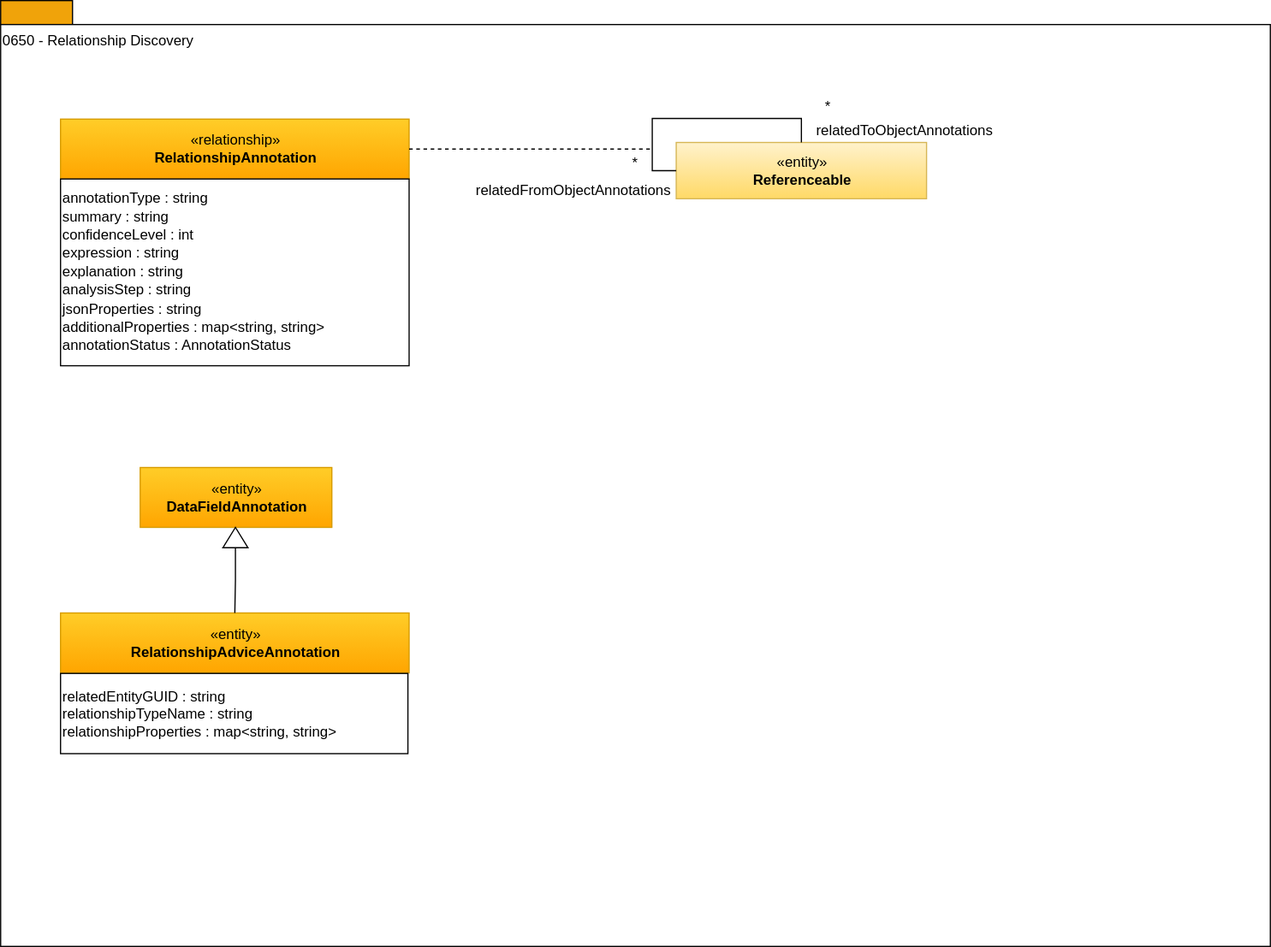
This is site/docs/types/6/0650-Relationship-Discovery.svg from odpi/egeria-docs, a draw.io export, as it was before one commit. Source tidied: cells renumbered, new cells last; positions are measured from the earlier drawing's top-left corner, leaving out a move shared by most shapes.
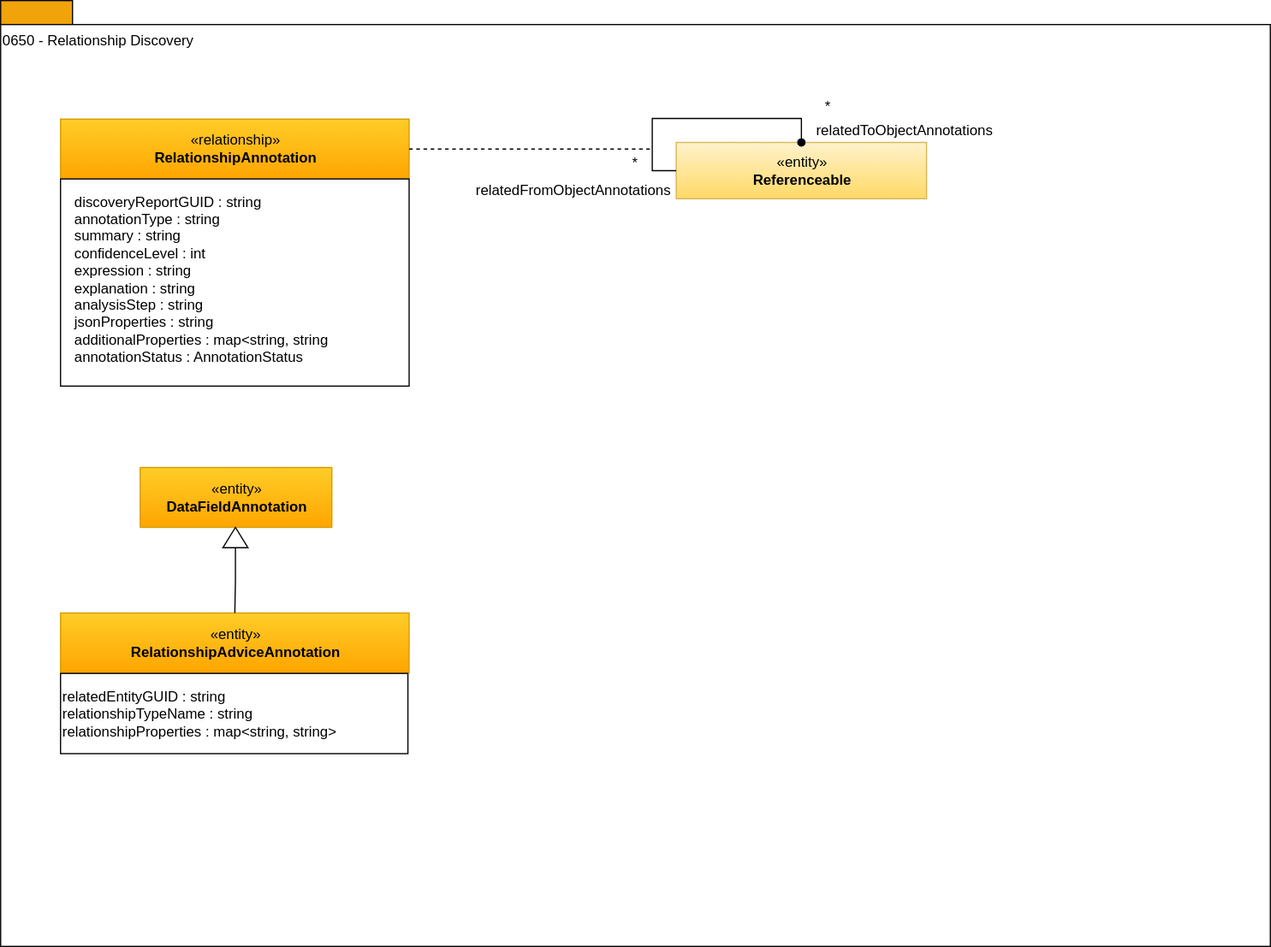
After the commit.

Diff of the diagram source:
```diff
@@ -11,13 +11,13 @@
     <mxCell id="4" value="«relationship»&lt;br&gt;&lt;b&gt;RelationshipAnnotation&lt;/b&gt;" style="html=1;strokeColor=#d79b00;align=center;fillColor=#ffcd28;gradientColor=#ffa500;" parent="1" vertex="1">
       <mxGeometry x="50" y="99" width="291" height="50" as="geometry" />
     </mxCell>
-    <mxCell id="5" value="&lt;pre&gt;&lt;font face=&quot;Helvetica&quot;&gt;annotationType : string&lt;br&gt;summary : string&lt;br&gt;confidenceLevel : int&lt;br&gt;expression : string&lt;br&gt;explanation : string&lt;br&gt;analysisStep : string&lt;br&gt;jsonProperties : string&lt;br&gt;additionalProperties : map&amp;lt;string, string&amp;gt;&lt;br&gt;annotationStatus : AnnotationStatus&lt;/font&gt;&lt;/pre&gt;" style="rounded=0;whiteSpace=wrap;html=1;strokeColor=#000000;gradientColor=#ffffff;align=left;" parent="1" vertex="1">
-      <mxGeometry x="50" y="149" width="291" height="156" as="geometry" />
+    <mxCell id="5" value="&lt;pre&gt;&lt;br&gt;&lt;/pre&gt;" style="rounded=0;whiteSpace=wrap;html=1;strokeColor=#000000;gradientColor=#ffffff;align=left;" parent="1" vertex="1">
+      <mxGeometry x="50" y="149" width="291" height="173" as="geometry" />
     </mxCell>
     <mxCell id="6" value="«entity»&lt;br&gt;&lt;b&gt;Referenceable&lt;/b&gt;" style="html=1;strokeColor=#d6b656;align=center;fillColor=#fff2cc;gradientColor=#ffd966;" parent="1" vertex="1">
       <mxGeometry x="564" y="118.5" width="209" height="47" as="geometry" />
     </mxCell>
-    <mxCell id="7" style="edgeStyle=orthogonalEdgeStyle;rounded=0;html=1;entryX=0;entryY=0.5;endArrow=none;endFill=0;jettySize=auto;orthogonalLoop=1;" parent="1" edge="1" source="6" target="6">
+    <mxCell id="7" style="edgeStyle=orthogonalEdgeStyle;rounded=0;html=1;entryX=0;entryY=0.5;endArrow=none;endFill=0;jettySize=auto;orthogonalLoop=1;startArrow=oval;startFill=1;" parent="1" edge="1" source="6" target="6">
       <mxGeometry relative="1" as="geometry">
         <Array as="points">
           <mxPoint x="669" y="98.5" />
@@ -56,5 +56,8 @@
     <mxCell id="17" style="triangle;whiteSpace=wrap;html=1;strokeColor=#000000;gradientColor=#ffffff;align=center;rotation=-90;" parent="1" vertex="1">
       <mxGeometry x="187.5" y="438" width="17" height="21" as="geometry" />
     </mxCell>
+    <mxCell id="18" value="discoveryReportGUID : string&lt;br&gt;&lt;span style=&quot;&quot;&gt;annotationType : string&lt;br&gt;&lt;/span&gt;&lt;span&gt;summary : string&lt;br&gt;&lt;/span&gt;&lt;span&gt;confidenceLevel : int&lt;br&gt;&lt;/span&gt;&lt;span&gt;expression : string&lt;br&gt;&lt;/span&gt;&lt;span&gt;explanation : string&lt;br&gt;&lt;/span&gt;&lt;span&gt;analysisStep : string&lt;br&gt;&lt;/span&gt;&lt;span&gt;jsonProperties : string&lt;br&gt;&lt;/span&gt;&lt;span&gt;additionalProperties : map&amp;lt;string, string&lt;br&gt;&lt;/span&gt;&lt;span&gt;annotationStatus : AnnotationStatus&lt;/span&gt;&lt;span&gt;&lt;br&gt;&lt;/span&gt;" style="text;html=1;align=left;verticalAlign=middle;strokeColor=none;fillColor=none;fontSize=12;" parent="1" vertex="1">
+      <mxGeometry x="60" y="161" width="222" height="144" as="geometry" />
+    </mxCell>
   </root>
 </mxGraphModel>
```
